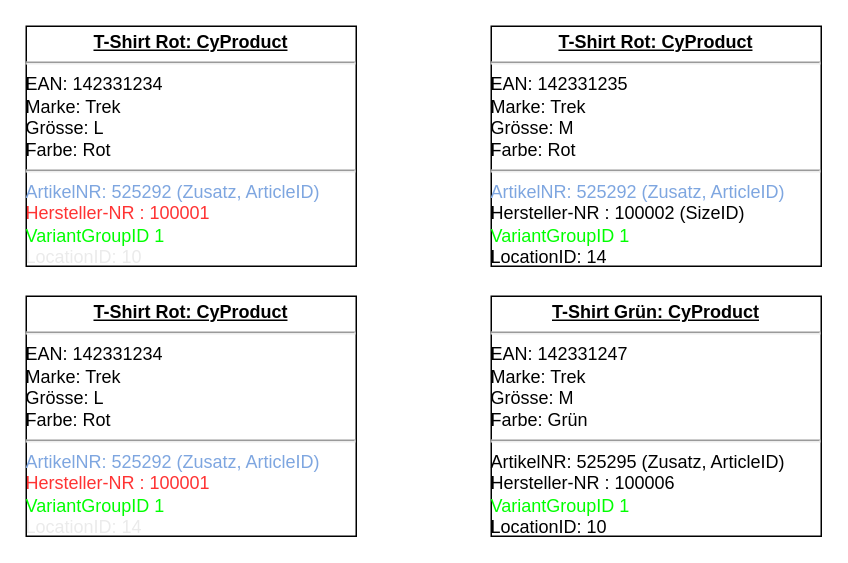
Earlier version of the draw.io diagram page "Cycle-Struktur" (1 of 2) of zubi/Untitled Diagram.drawio (Lehp/diagrams). Source tidied: cells renumbered, new cells numbered last; positions are measured from the earlier drawing's top-left corner, leaving out a move shared by most shapes. Both pictures are drawn from the tidied source at 150%, with x=0, y=0 at pixel (26, 26).
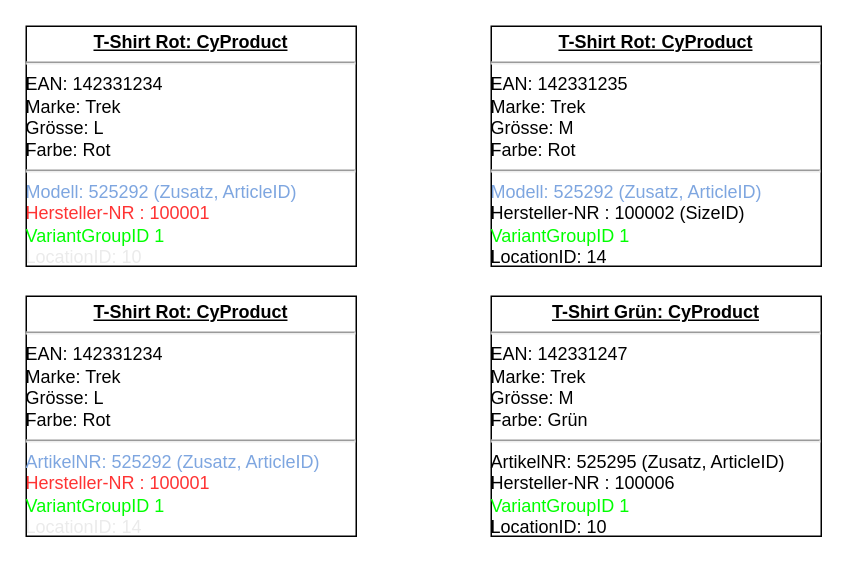
Above is the later version.

Change to the diagram source:
```diff
@@
 <mxGraphModel>
   <root>
     <mxCell id="0" />
     <mxCell id="1" parent="0" />
-    <mxCell id="2" value="&lt;p style=&quot;margin: 0px ; margin-top: 4px ; text-align: center ; text-decoration: underline&quot;&gt;&lt;b&gt;T-Shirt Rot: CyProduct&lt;br&gt;&lt;/b&gt;&lt;/p&gt;&lt;hr&gt;&lt;div&gt;EAN: 142331234&lt;/div&gt;&lt;div&gt;Marke: Trek&lt;/div&gt;&lt;div&gt;Grösse: L&lt;/div&gt;&lt;div&gt;Farbe: Rot&lt;/div&gt;&lt;div&gt;&lt;hr&gt;&lt;font color=&quot;#7ea6e0&quot;&gt;ArtikelNR: 525292 (Zusatz, ArticleID)&lt;/font&gt;&lt;/div&gt;&lt;div&gt;&lt;font color=&quot;#ff3333&quot;&gt;Hersteller-NR : 100001&lt;/font&gt;&lt;/div&gt;&lt;div&gt;&lt;font color=&quot;#00ff00&quot;&gt;VariantGroupID 1&lt;/font&gt;&lt;/div&gt;&lt;div&gt;&lt;font color=&quot;#ebebeb&quot;&gt;LocationID: 10&lt;br&gt;&lt;/font&gt;&lt;/div&gt;&lt;div&gt;&lt;br&gt;&lt;/div&gt;&lt;div&gt;&lt;br&gt;&lt;/div&gt;&lt;div&gt;&lt;br&gt;&lt;/div&gt;" style="verticalAlign=top;align=left;overflow=fill;fontSize=12;fontFamily=Helvetica;html=1;rounded=0;shadow=0;comic=0;labelBackgroundColor=none;strokeWidth=1;" parent="1" vertex="1">
+    <mxCell id="2" value="&lt;p style=&quot;margin: 0px ; margin-top: 4px ; text-align: center ; text-decoration: underline&quot;&gt;&lt;b&gt;T-Shirt Rot: CyProduct&lt;br&gt;&lt;/b&gt;&lt;/p&gt;&lt;hr&gt;&lt;div&gt;EAN: 142331234&lt;/div&gt;&lt;div&gt;Marke: Trek&lt;/div&gt;&lt;div&gt;Grösse: L&lt;/div&gt;&lt;div&gt;Farbe: Rot&lt;/div&gt;&lt;div&gt;&lt;hr&gt;&lt;font color=&quot;#7ea6e0&quot;&gt;Modell: 525292 (Zusatz, ArticleID)&lt;/font&gt;&lt;/div&gt;&lt;div&gt;&lt;font color=&quot;#ff3333&quot;&gt;Hersteller-NR : 100001&lt;/font&gt;&lt;/div&gt;&lt;div&gt;&lt;font color=&quot;#00ff00&quot;&gt;VariantGroupID 1&lt;/font&gt;&lt;/div&gt;&lt;div&gt;&lt;font color=&quot;#ebebeb&quot;&gt;LocationID: 10&lt;br&gt;&lt;/font&gt;&lt;/div&gt;&lt;div&gt;&lt;br&gt;&lt;/div&gt;&lt;div&gt;&lt;br&gt;&lt;/div&gt;&lt;div&gt;&lt;br&gt;&lt;/div&gt;" style="verticalAlign=top;align=left;overflow=fill;fontSize=12;fontFamily=Helvetica;html=1;rounded=0;shadow=0;comic=0;labelBackgroundColor=none;strokeWidth=1;" parent="1" vertex="1">
       <mxGeometry width="220" height="160" as="geometry" />
     </mxCell>
-    <mxCell id="3" value="&lt;p style=&quot;margin: 0px ; margin-top: 4px ; text-align: center ; text-decoration: underline&quot;&gt;&lt;b&gt;T-Shirt Rot: CyProduct&lt;br&gt;&lt;/b&gt;&lt;/p&gt;&lt;hr&gt;&lt;div&gt;EAN: 142331235&lt;/div&gt;&lt;div&gt;Marke: Trek&lt;/div&gt;&lt;div&gt;Grösse: M&lt;br&gt;&lt;/div&gt;&lt;div&gt;Farbe: Rot&lt;/div&gt;&lt;div&gt;&lt;hr&gt;&lt;font color=&quot;#7ea6e0&quot;&gt;ArtikelNR: 525292 (Zusatz, ArticleID)&lt;/font&gt;&lt;br&gt;&lt;/div&gt;&lt;div&gt;Hersteller-NR : 100002 (SizeID)&lt;br&gt;&lt;/div&gt;&lt;div&gt;&lt;font color=&quot;#00ff00&quot;&gt;VariantGroupID 1&lt;/font&gt;&lt;/div&gt;&lt;div&gt;LocationID: 14&lt;br&gt;&lt;/div&gt;&lt;div&gt;&lt;br&gt;&lt;/div&gt;&lt;div&gt;&lt;br&gt;&lt;/div&gt;&lt;div&gt;&lt;br&gt;&lt;/div&gt;" style="verticalAlign=top;align=left;overflow=fill;fontSize=12;fontFamily=Helvetica;html=1;rounded=0;shadow=0;comic=0;labelBackgroundColor=none;strokeWidth=1;" parent="1" vertex="1">
+    <mxCell id="3" value="&lt;p style=&quot;margin: 0px ; margin-top: 4px ; text-align: center ; text-decoration: underline&quot;&gt;&lt;b&gt;T-Shirt Rot: CyProduct&lt;br&gt;&lt;/b&gt;&lt;/p&gt;&lt;hr&gt;&lt;div&gt;EAN: 142331235&lt;/div&gt;&lt;div&gt;Marke: Trek&lt;/div&gt;&lt;div&gt;Grösse: M&lt;br&gt;&lt;/div&gt;&lt;div&gt;Farbe: Rot&lt;/div&gt;&lt;div&gt;&lt;hr&gt;&lt;font color=&quot;#7ea6e0&quot;&gt;Modell: 525292 (Zusatz, ArticleID)&lt;/font&gt;&lt;br&gt;&lt;/div&gt;&lt;div&gt;Hersteller-NR : 100002 (SizeID)&lt;br&gt;&lt;/div&gt;&lt;div&gt;&lt;font color=&quot;#00ff00&quot;&gt;VariantGroupID 1&lt;/font&gt;&lt;/div&gt;&lt;div&gt;LocationID: 14&lt;br&gt;&lt;/div&gt;&lt;div&gt;&lt;br&gt;&lt;/div&gt;&lt;div&gt;&lt;br&gt;&lt;/div&gt;&lt;div&gt;&lt;br&gt;&lt;/div&gt;" style="verticalAlign=top;align=left;overflow=fill;fontSize=12;fontFamily=Helvetica;html=1;rounded=0;shadow=0;comic=0;labelBackgroundColor=none;strokeWidth=1;" parent="1" vertex="1">
       <mxGeometry x="310" width="220" height="160" as="geometry" />
     </mxCell>
     <mxCell id="4" value="&lt;p style=&quot;margin: 0px ; margin-top: 4px ; text-align: center ; text-decoration: underline&quot;&gt;&lt;b&gt;T-Shirt Grün: CyProduct&lt;br&gt;&lt;/b&gt;&lt;/p&gt;&lt;hr&gt;&lt;div&gt;EAN: 142331247&lt;/div&gt;&lt;div&gt;Marke: Trek&lt;/div&gt;&lt;div&gt;Grösse: M&lt;br&gt;&lt;/div&gt;&lt;div&gt;Farbe: Grün&lt;/div&gt;&lt;div&gt;&lt;hr&gt;ArtikelNR: 525295 (Zusatz, ArticleID)&lt;br&gt;&lt;/div&gt;&lt;div&gt;Hersteller-NR : 100006&lt;/div&gt;&lt;div&gt;&lt;font color=&quot;#00ff00&quot;&gt;VariantGroupID 1&lt;/font&gt;&lt;/div&gt;&lt;div&gt;LocationID: 10&lt;br&gt;&lt;/div&gt;&lt;div&gt;&lt;br&gt;&lt;/div&gt;&lt;div&gt;&lt;br&gt;&lt;/div&gt;&lt;div&gt;&lt;br&gt;&lt;/div&gt;" style="verticalAlign=top;align=left;overflow=fill;fontSize=12;fontFamily=Helvetica;html=1;rounded=0;shadow=0;comic=0;labelBackgroundColor=none;strokeWidth=1;" parent="1" vertex="1">
       <mxGeometry x="310" y="180" width="220" height="160" as="geometry" />
     </mxCell>
     <mxCell id="5" value="&lt;p style=&quot;margin: 0px ; margin-top: 4px ; text-align: center ; text-decoration: underline&quot;&gt;&lt;b&gt;T-Shirt Rot: CyProduct&lt;br&gt;&lt;/b&gt;&lt;/p&gt;&lt;hr&gt;&lt;div&gt;EAN: 142331234&lt;/div&gt;&lt;div&gt;Marke: Trek&lt;/div&gt;&lt;div&gt;Grösse: L&lt;/div&gt;&lt;div&gt;Farbe: Rot&lt;/div&gt;&lt;div&gt;&lt;hr&gt;&lt;font color=&quot;#7ea6e0&quot;&gt;ArtikelNR: 525292 (Zusatz, ArticleID)&lt;/font&gt;&lt;/div&gt;&lt;div&gt;&lt;font color=&quot;#ff3333&quot;&gt;Hersteller-NR : 100001&lt;/font&gt;&lt;/div&gt;&lt;div&gt;&lt;font color=&quot;#00ff00&quot;&gt;VariantGroupID 1&lt;/font&gt;&lt;/div&gt;&lt;div&gt;&lt;font color=&quot;#ebebeb&quot;&gt;LocationID: 14&lt;/font&gt;&lt;br&gt;&lt;/div&gt;&lt;div&gt;&lt;br&gt;&lt;/div&gt;&lt;div&gt;&lt;br&gt;&lt;/div&gt;&lt;div&gt;&lt;br&gt;&lt;/div&gt;" style="verticalAlign=top;align=left;overflow=fill;fontSize=12;fontFamily=Helvetica;html=1;rounded=0;shadow=0;comic=0;labelBackgroundColor=none;strokeWidth=1;" parent="1" vertex="1">
       <mxGeometry y="180" width="220" height="160" as="geometry" />
     </mxCell>
   </root>
 </mxGraphModel>
```
